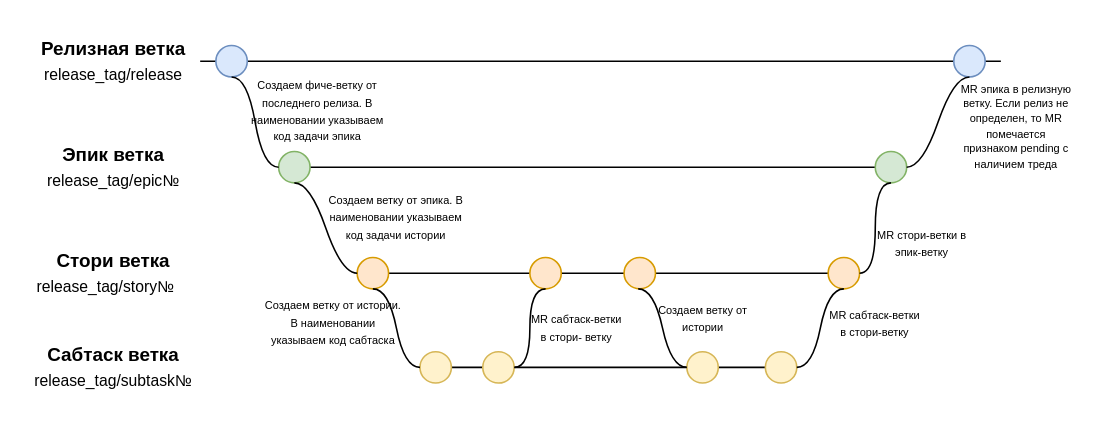
Before: EFA-processes/branches-flow.drawio in effective-group/docs-drawio, a draw.io diagram. Source tidied: cells renumbered, new cells numbered last; positions are measured from the earlier drawing's top-left corner, leaving out a move shared by most shapes. Both pictures are drawn from the tidied source at 157%, with x=0, y=0 at pixel (27, 27).
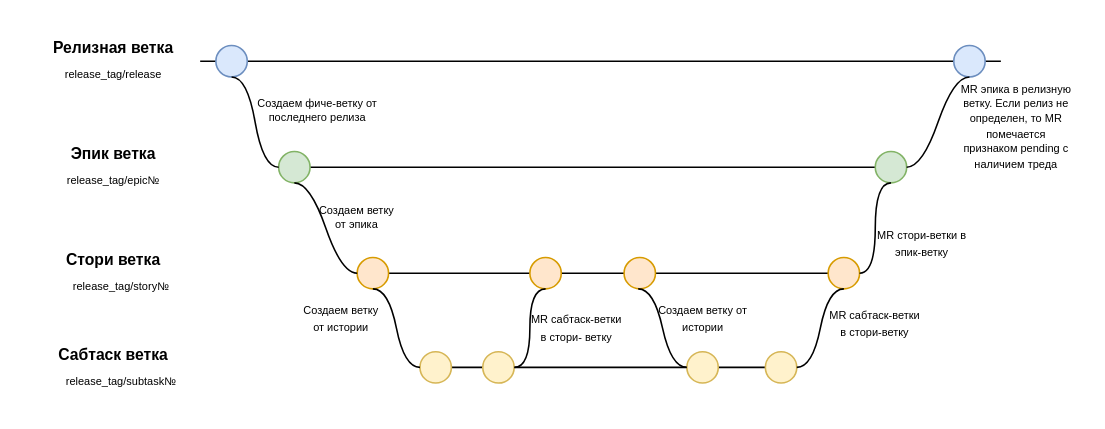
The same diagram, later.

The edit, as a diff of the source:
```diff
@@
-    <mxCell id="3" value="Релизная ветка" style="text;align=center;fontStyle=1;verticalAlign=middle;spacingLeft=3;spacingRight=3;strokeColor=none;" parent="1" vertex="1">
+    <mxCell id="3" value="Релизная ветка" style="text;align=center;fontStyle=1;verticalAlign=middle;spacingLeft=3;spacingRight=3;strokeColor=none;fontSize=10;" parent="1" vertex="1">
       <mxGeometry x="30" width="50" height="26" as="geometry" />
     </mxCell>
-    <mxCell id="4" value="release_tag/release" style="text;align=center;fontStyle=0;verticalAlign=middle;spacingLeft=3;spacingRight=3;strokeColor=none;fontSize=10;" parent="1" vertex="1">
+    <mxCell id="4" value="release_tag/release" style="text;align=center;fontStyle=0;verticalAlign=middle;spacingLeft=3;spacingRight=3;strokeColor=none;fontSize=7;" parent="1" vertex="1">
       <mxGeometry x="30" y="17.5" width="50" height="25.5" as="geometry" />
     </mxCell>
@@
-    <mxCell id="7" value="Эпик ветка" style="text;align=center;fontStyle=1;verticalAlign=middle;spacingLeft=3;spacingRight=3;strokeColor=none;" parent="1" vertex="1">
+    <mxCell id="7" value="Эпик ветка" style="text;align=center;fontStyle=1;verticalAlign=middle;spacingLeft=3;spacingRight=3;strokeColor=none;fontSize=10;" parent="1" vertex="1">
       <mxGeometry x="30" y="67.5" width="50" height="26" as="geometry" />
     </mxCell>
-    <mxCell id="8" value="release_tag/epic№" style="text;align=center;fontStyle=0;verticalAlign=middle;spacingLeft=3;spacingRight=3;strokeColor=none;fontSize=10;" parent="1" vertex="1">
+    <mxCell id="8" value="release_tag/epic№" style="text;align=center;fontStyle=0;verticalAlign=middle;spacingLeft=3;spacingRight=3;strokeColor=none;fontSize=7;" parent="1" vertex="1">
       <mxGeometry x="30" y="84.5" width="50" height="26" as="geometry" />
     </mxCell>
@@
-    <mxCell id="10" value="Стори ветка" style="text;align=center;fontStyle=1;verticalAlign=middle;spacingLeft=3;spacingRight=3;strokeColor=none;" parent="1" vertex="1">
+    <mxCell id="10" value="Стори ветка" style="text;align=center;fontStyle=1;verticalAlign=middle;spacingLeft=3;spacingRight=3;strokeColor=none;fontSize=10;" parent="1" vertex="1">
       <mxGeometry x="30" y="135" width="50" height="26" as="geometry" />
     </mxCell>
-    <mxCell id="11" value="release_tag/story№" style="text;align=center;fontStyle=0;verticalAlign=middle;spacingLeft=3;spacingRight=3;strokeColor=none;fontSize=10;" parent="1" vertex="1">
-      <mxGeometry y="152" width="100" height="26" as="geometry" />
+    <mxCell id="11" value="release_tag/story№" style="text;align=center;fontStyle=0;verticalAlign=middle;spacingLeft=3;spacingRight=3;strokeColor=none;fontSize=7;" parent="1" vertex="1">
+      <mxGeometry x="10" y="152.5" width="100" height="26" as="geometry" />
     </mxCell>
@@
-    <mxCell id="13" value="Сабтаск ветка" style="text;align=center;fontStyle=1;verticalAlign=middle;spacingLeft=3;spacingRight=3;strokeColor=none;" parent="1" vertex="1">
+    <mxCell id="13" value="Сабтаск ветка" style="text;align=center;fontStyle=1;verticalAlign=middle;spacingLeft=3;spacingRight=3;strokeColor=none;fontSize=10;" parent="1" vertex="1">
       <mxGeometry x="30" y="195" width="50" height="26" as="geometry" />
     </mxCell>
-    <mxCell id="14" value="release_tag/subtask№" style="text;align=center;fontStyle=0;verticalAlign=middle;spacingLeft=3;spacingRight=3;strokeColor=none;fontSize=10;" parent="1" vertex="1">
-      <mxGeometry x="30" y="212" width="50" height="26" as="geometry" />
+    <mxCell id="14" value="release_tag/subtask№" style="text;align=center;fontStyle=0;verticalAlign=middle;spacingLeft=3;spacingRight=3;strokeColor=none;fontSize=7;" parent="1" vertex="1">
+      <mxGeometry x="35" y="212.5" width="50" height="26" as="geometry" />
     </mxCell>
@@
-    <mxCell id="31" value="&lt;font style=&quot;font-size: 7px&quot;&gt;Создаем фиче-ветку от последнего релиза. В наименовании указываем код задачи эпика&lt;/font&gt;" style="text;html=1;strokeColor=none;fillColor=none;align=center;verticalAlign=middle;whiteSpace=wrap;rounded=0;fontSize=9;" parent="1" vertex="1">
+    <mxCell id="31" value="&lt;font style=&quot;font-size: 7px;&quot;&gt;Создаем фиче-ветку от последнего релиза&lt;/font&gt;" style="text;html=1;strokeColor=none;fillColor=none;align=center;verticalAlign=middle;whiteSpace=wrap;rounded=0;fontSize=7;" parent="1" vertex="1">
       <mxGeometry x="140" y="43" width="90" height="20" as="geometry" />
     </mxCell>
-    <mxCell id="32" value="&lt;font style=&quot;font-size: 7px&quot;&gt;Создаем ветку от эпика. В наименовании указываем код задачи истории&lt;/font&gt;" style="text;html=1;strokeColor=none;fillColor=none;align=center;verticalAlign=middle;whiteSpace=wrap;rounded=0;fontSize=9;" parent="1" vertex="1">
-      <mxGeometry x="190" y="110.5" width="90" height="20" as="geometry" />
+    <mxCell id="32" value="&lt;font style=&quot;font-size: 7px;&quot;&gt;Создаем ветку&lt;br&gt;&amp;nbsp;от эпика&amp;nbsp;&lt;/font&gt;" style="text;html=1;strokeColor=none;fillColor=none;align=center;verticalAlign=middle;whiteSpace=wrap;rounded=0;fontSize=7;" parent="1" vertex="1">
+      <mxGeometry x="180" y="110.5" width="60" height="20" as="geometry" />
     </mxCell>
@@
-    <mxCell id="40" value="&lt;font style=&quot;font-size: 7px&quot;&gt;Создаем ветку от истории. В наименовании указываем код сабтаска&lt;/font&gt;" style="text;html=1;strokeColor=none;fillColor=none;align=center;verticalAlign=middle;whiteSpace=wrap;rounded=0;fontSize=9;" parent="1" vertex="1">
-      <mxGeometry x="150" y="178" width="90" height="20" as="geometry" />
+    <mxCell id="40" value="&lt;font style=&quot;font-size: 7px;&quot;&gt;&lt;font style=&quot;font-size: 7px;&quot;&gt;Создаем ветку &lt;br&gt;от истории&lt;/font&gt;&lt;/font&gt;" style="text;html=1;strokeColor=none;fillColor=none;align=center;verticalAlign=middle;whiteSpace=wrap;rounded=0;fontSize=9;" parent="1" vertex="1">
+      <mxGeometry x="170" y="175" width="60" height="20" as="geometry" />
     </mxCell>
```
